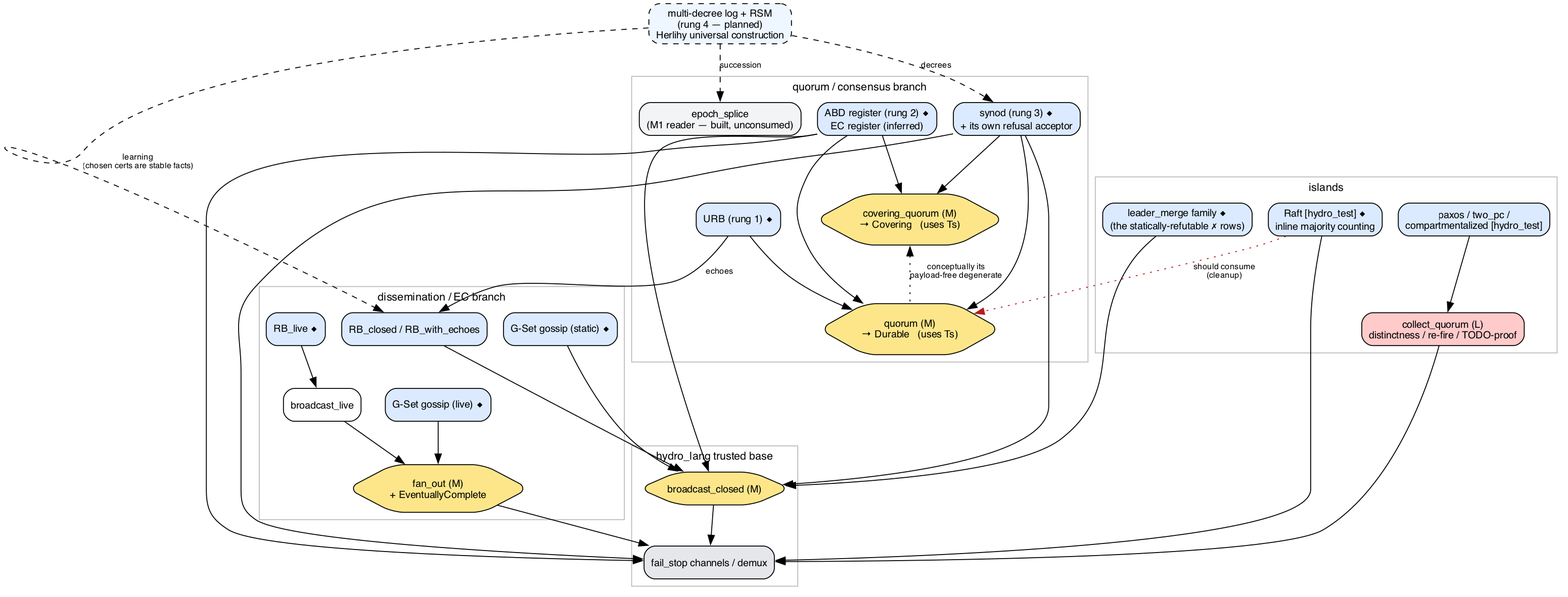
Before: design_docs/images/building_blocks.png, a diagram exported from Graphviz (palvaro/hydro). Its source is kept beside it as design_docs/images/building_blocks.dot. Source of this version:
```dot

digraph building_blocks {
    rankdir=TB;
    compound=true;
    fontname="Helvetica";
    node [fontname="Helvetica", fontsize=11, shape=box, style="rounded,filled", fillcolor=white];
    edge [fontname="Helvetica", fontsize=9];

    multi_decree [label="multi-decree log + RSM\n(rung 4 — planned)\nHerlihy universal construction", style="rounded,filled,dashed", fillcolor="#eef6ff"];

    subgraph cluster_consensus {
        label="quorum / consensus branch"; fontsize=12; color="#bbbbbb";
        synod   [label="synod (rung 3) ◆\n+ its own refusal acceptor", fillcolor="#dbeafe"];
        abd     [label="ABD register (rung 2) ◆\nEC register (inferred)", fillcolor="#dbeafe"];
        urb     [label="URB (rung 1) ◆", fillcolor="#dbeafe"];
        covering [label="covering_quorum (M)\n→ Covering   (uses Ts)", shape=hexagon, fillcolor="#fde68a"];
        quorum   [label="quorum (M)\n→ Durable   (uses Ts)", shape=hexagon, fillcolor="#fde68a"];
        epoch_splice [label="epoch_splice\n(M1 reader — built, unconsumed)", fillcolor="#f3f4f6"];
    }

    subgraph cluster_dissemination {
        label="dissemination / EC branch"; fontsize=12; color="#bbbbbb";
        rb_closed [label="RB_closed / RB_with_echoes", fillcolor="#dbeafe"];
        rb_live   [label="RB_live ◆", fillcolor="#dbeafe"];
        gossip_s  [label="G-Set gossip (static) ◆", fillcolor="#dbeafe"];
        gossip_l  [label="G-Set gossip (live) ◆", fillcolor="#dbeafe"];
        bcast_live [label="broadcast_live", fillcolor="white"];
        fan_out   [label="fan_out (M)\n+ EventuallyComplete", shape=hexagon, fillcolor="#fde68a"];
    }

    subgraph cluster_islands {
        label="islands"; fontsize=12; color="#bbbbbb";
        leader_merge [label="leader_merge family ◆\n(the statically-refutable ✗ rows)", fillcolor="#dbeafe"];
        raft [label="Raft [hydro_test] ◆\ninline majority counting", fillcolor="#dbeafe"];
        paxos_legacy [label="paxos / two_pc /\ncompartmentalized [hydro_test]", fillcolor="#dbeafe"];
        collect_quorum [label="collect_quorum (L)\ndistinctness / re-fire / TODO-proof", fillcolor="#fecaca"];
    }

    subgraph cluster_hl {
        label="hydro_lang trusted base"; fontsize=12; color="#bbbbbb";
        bcast_closed [label="broadcast_closed (M)", shape=hexagon, fillcolor="#fde68a"];
        channels [label="fail_stop channels / demux", fillcolor="#e5e7eb"];
    }

    multi_decree -> synod        [style=dashed, label="decrees"];
    multi_decree -> epoch_splice [style=dashed, label="succession"];
    multi_decree -> rb_closed    [style=dashed, label="learning\n(chosen certs are stable facts)"];

    synod -> covering; synod -> quorum;
    synod -> bcast_closed; synod -> channels;
    abd -> covering; abd -> quorum;
    abd -> bcast_closed; abd -> channels;
    urb -> quorum;
    urb -> rb_closed [label="echoes"];
    covering -> quorum [style=dotted, label="conceptually its\npayload-free degenerate", dir=back];

    rb_closed -> bcast_closed;
    gossip_s -> bcast_closed;
    rb_live -> bcast_live;
    gossip_l -> fan_out;
    bcast_live -> fan_out;
    fan_out -> channels;
    bcast_closed -> channels;

    leader_merge -> bcast_closed;
    raft -> channels;
    raft -> quorum [style=dotted, color="#b91c1c", label="should consume\n(cleanup)"];
    paxos_legacy -> collect_quorum;
    collect_quorum -> channels;
}
```
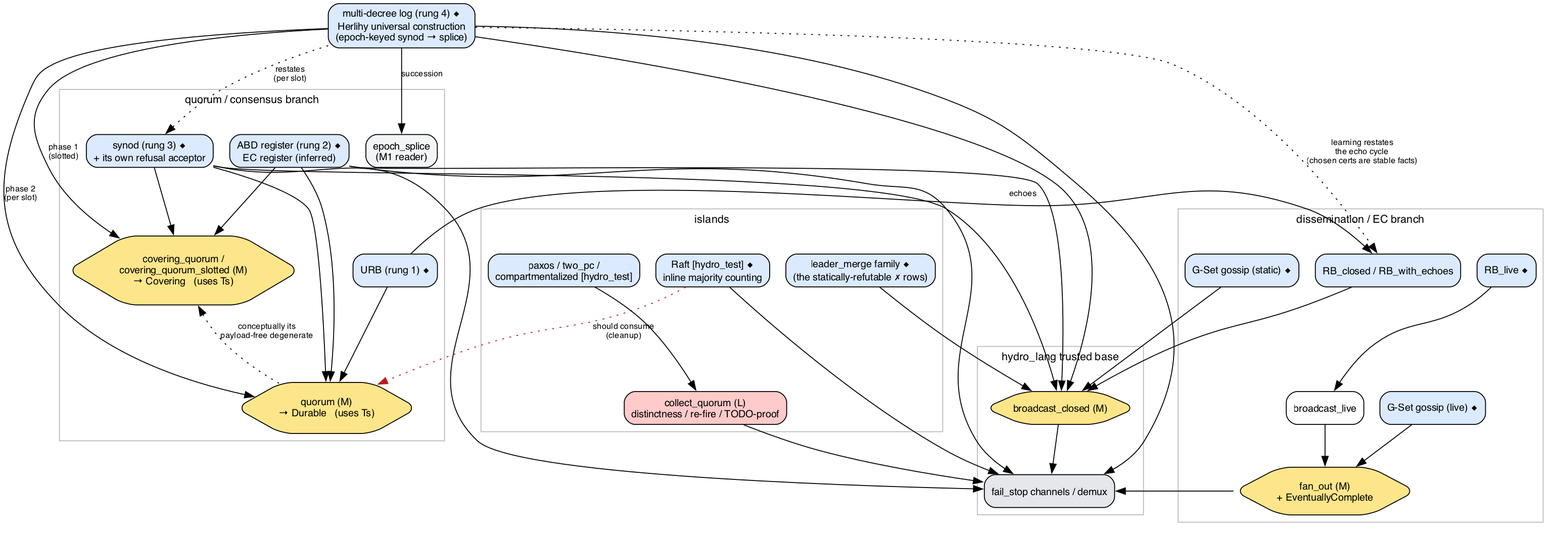
Above is the later version.

Commit message:
feat(hydro_std): rung 4 — multi-decree consensus consuming the M1 splice reader

Change to the diagram source:
```diff
@@ -6,16 +6,16 @@
     node [fontname="Helvetica", fontsize=11, shape=box, style="rounded,filled", fillcolor=white];
     edge [fontname="Helvetica", fontsize=9];
 
-    multi_decree [label="multi-decree log + RSM\n(rung 4 — planned)\nHerlihy universal construction", style="rounded,filled,dashed", fillcolor="#eef6ff"];
+    multi_decree [label="multi-decree log (rung 4) ◆\nHerlihy universal construction\n(epoch-keyed synod → splice)", fillcolor="#dbeafe"];
 
     subgraph cluster_consensus {
         label="quorum / consensus branch"; fontsize=12; color="#bbbbbb";
         synod   [label="synod (rung 3) ◆\n+ its own refusal acceptor", fillcolor="#dbeafe"];
         abd     [label="ABD register (rung 2) ◆\nEC register (inferred)", fillcolor="#dbeafe"];
         urb     [label="URB (rung 1) ◆", fillcolor="#dbeafe"];
-        covering [label="covering_quorum (M)\n→ Covering   (uses Ts)", shape=hexagon, fillcolor="#fde68a"];
+        covering [label="covering_quorum /\ncovering_quorum_slotted (M)\n→ Covering   (uses Ts)", shape=hexagon, fillcolor="#fde68a"];
         quorum   [label="quorum (M)\n→ Durable   (uses Ts)", shape=hexagon, fillcolor="#fde68a"];
-        epoch_splice [label="epoch_splice\n(M1 reader — built, unconsumed)", fillcolor="#f3f4f6"];
+        epoch_splice [label="epoch_splice\n(M1 reader)", fillcolor="#f3f4f6"];
     }
 
     subgraph cluster_dissemination {
@@ -42,9 +42,12 @@
         channels [label="fail_stop channels / demux", fillcolor="#e5e7eb"];
     }
 
-    multi_decree -> synod        [style=dashed, label="decrees"];
-    multi_decree -> epoch_splice [style=dashed, label="succession"];
-    multi_decree -> rb_closed    [style=dashed, label="learning\n(chosen certs are stable facts)"];
+    multi_decree -> covering     [label="phase 1\n(slotted)"];
+    multi_decree -> quorum       [label="phase 2\n(per slot)"];
+    multi_decree -> epoch_splice [label="succession"];
+    multi_decree -> bcast_closed; multi_decree -> channels;
+    multi_decree -> synod     [style=dotted, label="restates\n(per slot)"];
+    multi_decree -> rb_closed [style=dotted, label="learning restates\nthe echo cycle\n(chosen certs are stable facts)"];
 
     synod -> covering; synod -> quorum;
     synod -> bcast_closed; synod -> channels;
```
